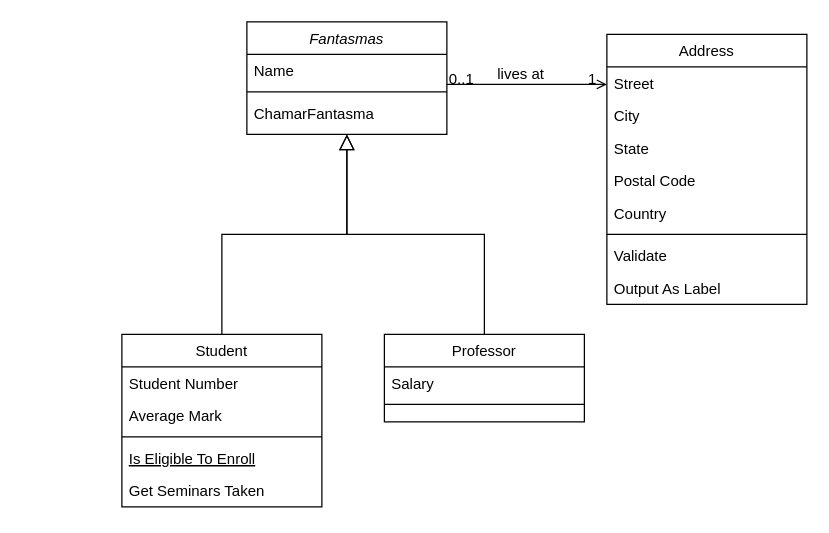
The draw.io diagram PacMac.drawio in goncl/html5css3, before the edit. Source tidied: cells renumbered, new cells numbered last; positions are measured from the earlier drawing's top-left corner, leaving out a move shared by most shapes. Both pictures are drawn from the tidied source at 125%, with x=0, y=0 at pixel (121, 21).
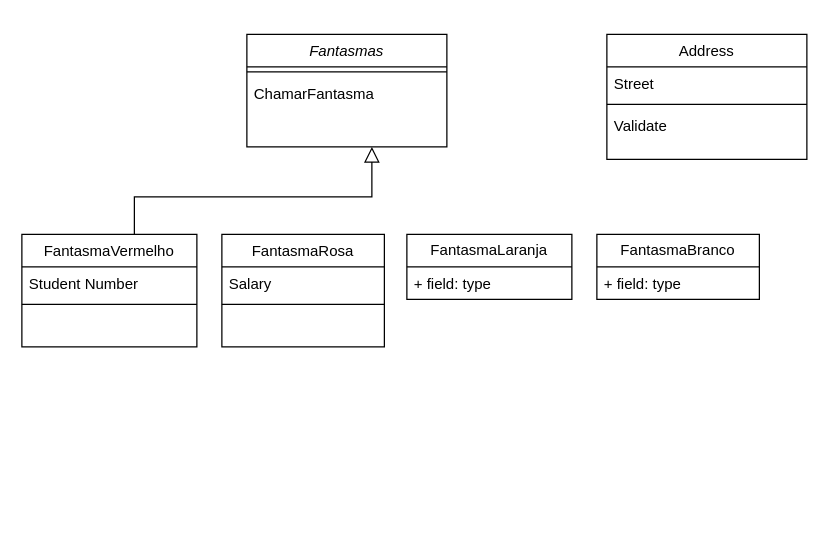
The same page after the edit.

Change to the diagram source:
```diff
@@
     <mxCell id="2" value="Fantasmas" style="swimlane;fontStyle=2;align=center;verticalAlign=top;horizontal=1;startSize=26;rounded=0;shadow=0;strokeWidth=1;" parent="1" vertex="1">
-      <mxGeometry x="100" width="160" height="90" as="geometry" />
+      <mxGeometry x="100" y="10" width="160" height="90" as="geometry" />
     </mxCell>
-    <mxCell id="3" value="Name" style="text;align=left;verticalAlign=top;spacingLeft=4;spacingRight=4;overflow=hidden;" parent="2" vertex="1">
-      <mxGeometry y="26" width="160" height="26" as="geometry" />
-    </mxCell>
     <mxCell id="4" style="line;html=1;strokeWidth=1;align=left;verticalAlign=middle;spacingTop=-1;spacingLeft=3;spacingRight=3;labelPosition=right;" parent="2" vertex="1">
-      <mxGeometry y="52" width="160" height="8" as="geometry" />
+      <mxGeometry y="26" width="160" height="8" as="geometry" />
     </mxCell>
     <mxCell id="5" value="ChamarFantasma" style="text;align=left;verticalAlign=top;spacingLeft=4;spacingRight=4;overflow=hidden;" parent="2" vertex="1">
-      <mxGeometry y="60" width="160" height="26" as="geometry" />
+      <mxGeometry y="34" width="160" height="26" as="geometry" />
     </mxCell>
-    <mxCell id="6" value="Student" style="swimlane;fontStyle=0;align=center;verticalAlign=top;horizontal=1;startSize=26;rounded=0;shadow=0;strokeWidth=1;" parent="1" vertex="1">
-      <mxGeometry y="250" width="160" height="138" as="geometry" />
+    <mxCell id="6" value="FantasmaVermelho" style="swimlane;fontStyle=0;align=center;verticalAlign=top;horizontal=1;startSize=26;rounded=0;shadow=0;strokeWidth=1;" parent="1" vertex="1">
+      <mxGeometry x="-80" y="170" width="140" height="90" as="geometry" />
     </mxCell>
     <mxCell id="7" value="Student Number" style="text;align=left;verticalAlign=top;spacingLeft=4;spacingRight=4;overflow=hidden;" parent="6" vertex="1">
-      <mxGeometry y="26" width="160" height="26" as="geometry" />
+      <mxGeometry y="26" width="140" height="26" as="geometry" />
     </mxCell>
-    <mxCell id="8" value="Average Mark" style="text;align=left;verticalAlign=top;spacingLeft=4;spacingRight=4;overflow=hidden;rounded=0;shadow=0;html=0;" parent="6" vertex="1">
-      <mxGeometry y="52" width="160" height="26" as="geometry" />
-    </mxCell>
     <mxCell id="9" style="line;html=1;strokeWidth=1;align=left;verticalAlign=middle;spacingTop=-1;spacingLeft=3;spacingRight=3;labelPosition=right;" parent="6" vertex="1">
-      <mxGeometry y="78" width="160" height="8" as="geometry" />
+      <mxGeometry y="52" width="140" height="8" as="geometry" />
     </mxCell>
-    <mxCell id="10" value="Is Eligible To Enroll" style="text;align=left;verticalAlign=top;spacingLeft=4;spacingRight=4;overflow=hidden;fontStyle=4;" parent="6" vertex="1">
-      <mxGeometry y="86" width="160" height="26" as="geometry" />
-    </mxCell>
-    <mxCell id="11" value="Get Seminars Taken" style="text;align=left;verticalAlign=top;spacingLeft=4;spacingRight=4;overflow=hidden;" parent="6" vertex="1">
-      <mxGeometry y="112" width="160" height="26" as="geometry" />
-    </mxCell>
-    <mxCell id="12" style="endArrow=block;endSize=10;endFill=0;shadow=0;strokeWidth=1;rounded=0;edgeStyle=elbowEdgeStyle;elbow=vertical;" parent="1" edge="1" source="6" target="2">
-      <mxGeometry relative="1" as="geometry" />
+    <mxCell id="12" style="endArrow=block;endSize=10;endFill=0;shadow=0;strokeWidth=1;rounded=0;edgeStyle=elbowEdgeStyle;elbow=vertical;" parent="1" edge="1">
+      <mxGeometry relative="1" as="geometry">
+        <mxPoint x="10" y="170" as="sourcePoint" />
+        <mxPoint x="200" y="100" as="targetPoint" />
+        <Array as="points">
+          <mxPoint x="390" y="140" />
+        </Array>
+      </mxGeometry>
     </mxCell>
-    <mxCell id="13" value="Professor" style="swimlane;fontStyle=0;align=center;verticalAlign=top;horizontal=1;startSize=26;rounded=0;shadow=0;strokeWidth=1;" parent="1" vertex="1">
-      <mxGeometry x="210" y="250" width="160" height="70" as="geometry" />
+    <mxCell id="13" value="FantasmaRosa" style="swimlane;fontStyle=0;align=center;verticalAlign=top;horizontal=1;startSize=26;rounded=0;shadow=0;strokeWidth=1;" parent="1" vertex="1">
+      <mxGeometry x="80" y="170" width="130" height="90" as="geometry" />
     </mxCell>
     <mxCell id="14" value="Salary" style="text;align=left;verticalAlign=top;spacingLeft=4;spacingRight=4;overflow=hidden;" parent="13" vertex="1">
-      <mxGeometry y="26" width="160" height="26" as="geometry" />
+      <mxGeometry y="26" width="130" height="26" as="geometry" />
     </mxCell>
     <mxCell id="15" style="line;html=1;strokeWidth=1;align=left;verticalAlign=middle;spacingTop=-1;spacingLeft=3;spacingRight=3;labelPosition=right;" parent="13" vertex="1">
-      <mxGeometry y="52" width="160" height="8" as="geometry" />
+      <mxGeometry y="52" width="130" height="8" as="geometry" />
     </mxCell>
-    <mxCell id="16" style="endArrow=block;endSize=10;endFill=0;shadow=0;strokeWidth=1;rounded=0;edgeStyle=elbowEdgeStyle;elbow=vertical;" parent="1" edge="1" source="13" target="2">
-      <mxGeometry relative="1" as="geometry" />
-    </mxCell>
     <mxCell id="17" value="Address" style="swimlane;fontStyle=0;align=center;verticalAlign=top;horizontal=1;startSize=26;rounded=0;shadow=0;strokeWidth=1;" parent="1" vertex="1">
-      <mxGeometry x="388" y="10" width="160" height="216" as="geometry" />
+      <mxGeometry x="388" y="10" width="160" height="100" as="geometry" />
     </mxCell>
@@
-    <mxCell id="19" value="City" style="text;align=left;verticalAlign=top;spacingLeft=4;spacingRight=4;overflow=hidden;rounded=0;shadow=0;html=0;" parent="17" vertex="1">
-      <mxGeometry y="52" width="160" height="26" as="geometry" />
-    </mxCell>
-    <mxCell id="20" value="State" style="text;align=left;verticalAlign=top;spacingLeft=4;spacingRight=4;overflow=hidden;rounded=0;shadow=0;html=0;" parent="17" vertex="1">
-      <mxGeometry y="78" width="160" height="26" as="geometry" />
-    </mxCell>
-    <mxCell id="21" value="Postal Code" style="text;align=left;verticalAlign=top;spacingLeft=4;spacingRight=4;overflow=hidden;rounded=0;shadow=0;html=0;" parent="17" vertex="1">
-      <mxGeometry y="104" width="160" height="26" as="geometry" />
-    </mxCell>
-    <mxCell id="22" value="Country" style="text;align=left;verticalAlign=top;spacingLeft=4;spacingRight=4;overflow=hidden;rounded=0;shadow=0;html=0;" parent="17" vertex="1">
-      <mxGeometry y="130" width="160" height="26" as="geometry" />
-    </mxCell>
     <mxCell id="23" style="line;html=1;strokeWidth=1;align=left;verticalAlign=middle;spacingTop=-1;spacingLeft=3;spacingRight=3;labelPosition=right;" parent="17" vertex="1">
-      <mxGeometry y="156" width="160" height="8" as="geometry" />
+      <mxGeometry y="52" width="160" height="8" as="geometry" />
     </mxCell>
     <mxCell id="24" value="Validate" style="text;align=left;verticalAlign=top;spacingLeft=4;spacingRight=4;overflow=hidden;" parent="17" vertex="1">
-      <mxGeometry y="164" width="160" height="26" as="geometry" />
+      <mxGeometry y="60" width="160" height="26" as="geometry" />
     </mxCell>
-    <mxCell id="25" value="Output As Label" style="text;align=left;verticalAlign=top;spacingLeft=4;spacingRight=4;overflow=hidden;" parent="17" vertex="1">
-      <mxGeometry y="190" width="160" height="26" as="geometry" />
-    </mxCell>
-    <mxCell id="26" style="endArrow=open;shadow=0;strokeWidth=1;rounded=0;endFill=1;edgeStyle=elbowEdgeStyle;elbow=vertical;" parent="1" edge="1" source="2" target="17">
-      <mxGeometry x="0.5" y="41" relative="1" as="geometry">
-        <mxPoint x="-40" y="32" as="offset" />
-      </mxGeometry>
-    </mxCell>
-    <mxCell id="27" value="0..1" style="align=left;verticalAlign=bottom;labelBackgroundColor=none;fontSize=12;" parent="26" vertex="1">
-      <mxGeometry x="-1" relative="1" as="geometry">
-        <mxPoint y="4" as="offset" />
-      </mxGeometry>
-    </mxCell>
-    <mxCell id="28" value="1" style="align=right;verticalAlign=bottom;labelBackgroundColor=none;fontSize=12;" parent="26" vertex="1">
-      <mxGeometry x="1" relative="1" as="geometry">
-        <mxPoint x="-7" y="4" as="offset" />
-      </mxGeometry>
-    </mxCell>
-    <mxCell id="29" value="lives at" style="text;html=1;align=center;verticalAlign=middle;labelBackgroundColor=none;rounded=0;shadow=0;strokeWidth=1;fontSize=12;" parent="26" vertex="1">
-      <mxGeometry x="0.5" y="49" relative="1" as="geometry">
-        <mxPoint x="-38" y="40" as="offset" />
-      </mxGeometry>
-    </mxCell>
+    <mxCell id="30" value="FantasmaBranco" style="swimlane;fontStyle=0;horizontal=1;startSize=26;fillColor=none;whiteSpace=wrap;html=1;" parent="1" vertex="1">
+      <mxGeometry x="380" y="170" width="130" height="52" as="geometry" />
+    </mxCell>
+    <mxCell id="31" value="+ field: type" style="text;strokeColor=none;fillColor=none;align=left;verticalAlign=top;spacingLeft=4;spacingRight=4;overflow=hidden;whiteSpace=wrap;html=1;" parent="30" vertex="1">
+      <mxGeometry y="26" width="130" height="26" as="geometry" />
+    </mxCell>
+    <mxCell id="32" value="FantasmaLaranja" style="swimlane;fontStyle=0;horizontal=1;startSize=26;fillColor=none;whiteSpace=wrap;html=1;" parent="1" vertex="1">
+      <mxGeometry x="228" y="170" width="132" height="52" as="geometry" />
+    </mxCell>
+    <mxCell id="33" value="+ field: type" style="text;strokeColor=none;fillColor=none;align=left;verticalAlign=top;spacingLeft=4;spacingRight=4;overflow=hidden;whiteSpace=wrap;html=1;" parent="32" vertex="1">
+      <mxGeometry y="26" width="132" height="26" as="geometry" />
+    </mxCell>
```
